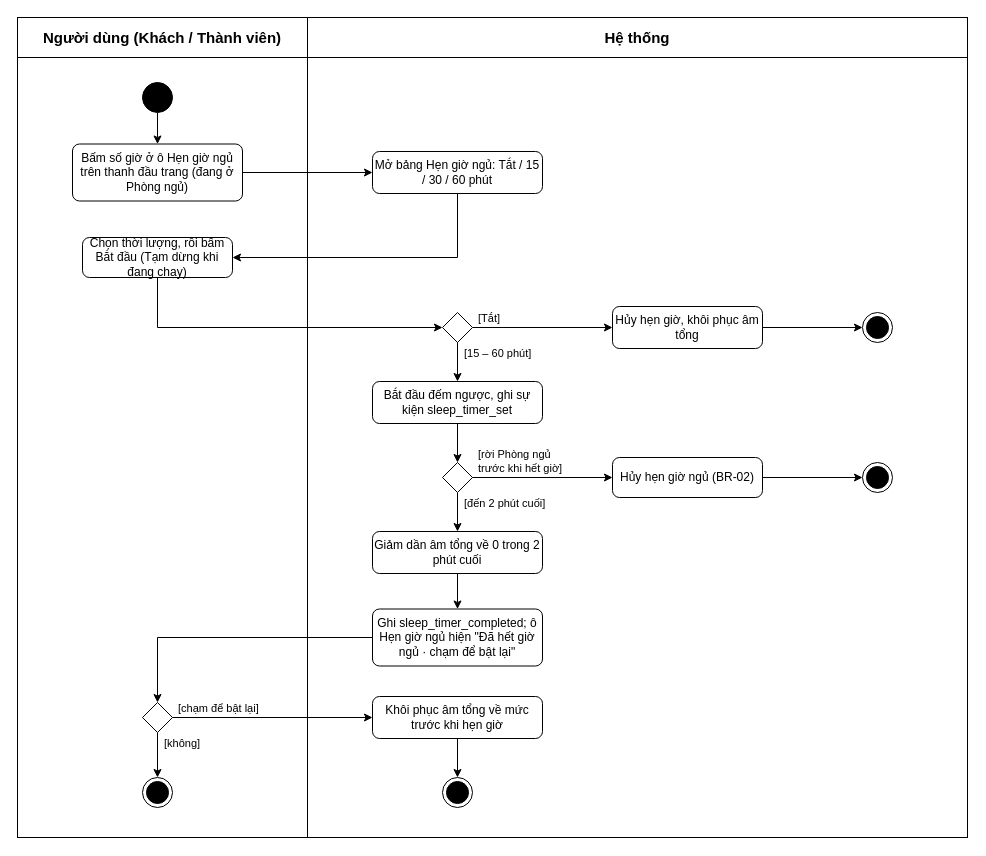
Above: page "A6" (7 of 29) of docs/analysis/FocuSpace_Diagrams.drawio in CaoLePhucThinh2203/FocuSpace (draw.io), before the change. Source tidied: cells renumbered, new cells numbered last; positions are measured from the earlier drawing's top-left corner, leaving out a move shared by most shapes. Both pictures are drawn from the tidied source at 100%, with x=0, y=0 at pixel (17, 17).
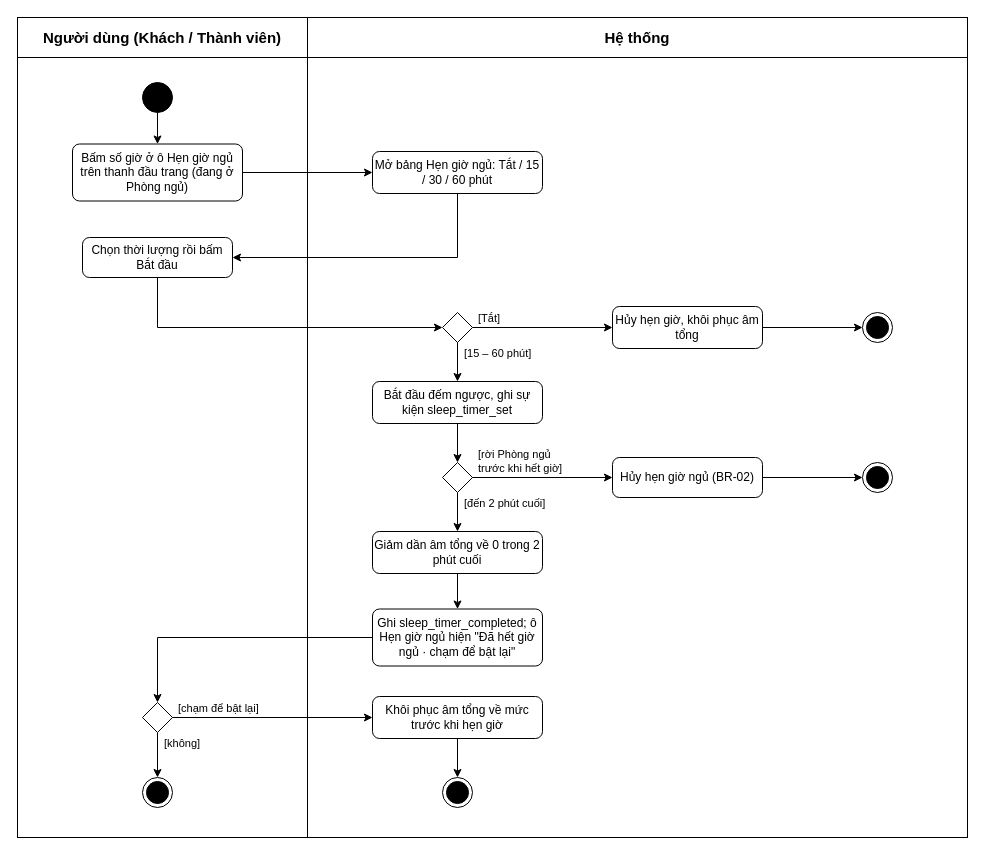
The same diagram, later.

Diff of the diagram source:
```diff
@@
-    <mxCell id="6" value="Chọn thời lượng, rồi bấm Bắt đầu (Tạm dừng khi đang chạy)" style="html=1;align=center;verticalAlign=middle;rounded=1;absoluteArcSize=1;arcSize=14;dashed=0;whiteSpace=wrap;fontSize=12;" parent="1" vertex="1">
+    <mxCell id="6" value="Chọn thời lượng rồi bấm Bắt đầu" style="html=1;align=center;verticalAlign=middle;rounded=1;absoluteArcSize=1;arcSize=14;dashed=0;whiteSpace=wrap;fontSize=12;" parent="1" vertex="1">
       <mxGeometry x="65" y="220" width="150" height="40" as="geometry" />
     </mxCell>
```
